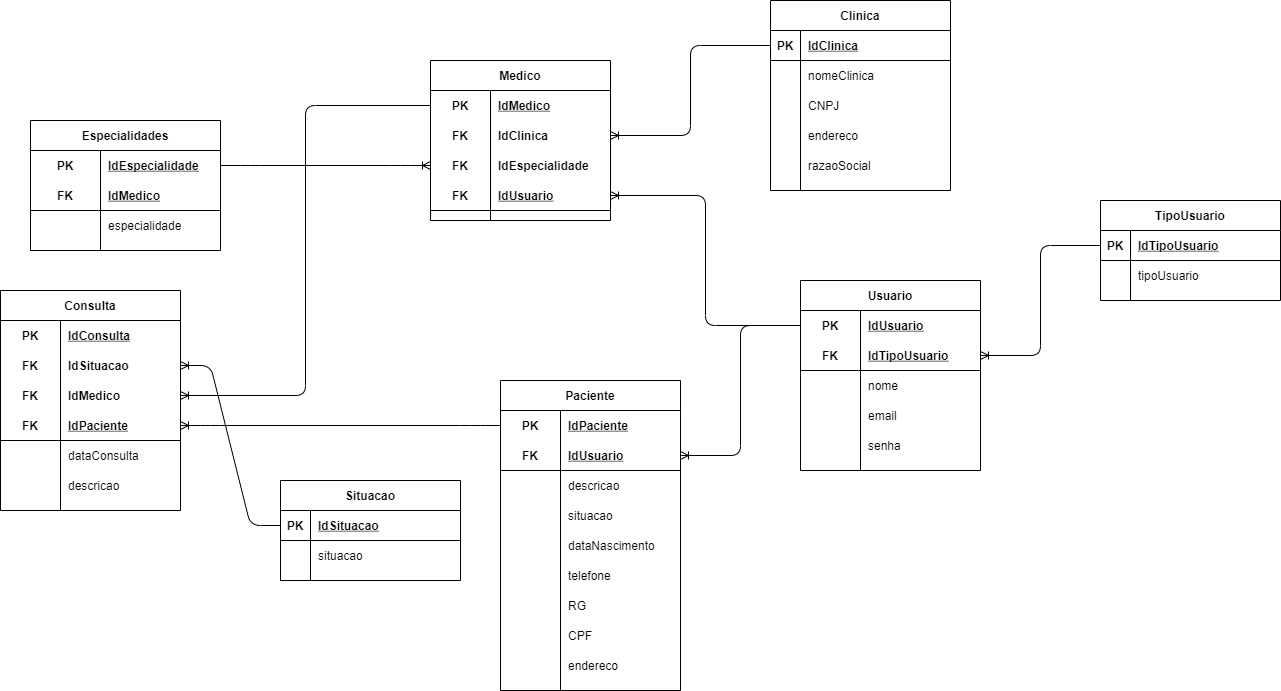
caiquesantosbrito/Senai_Sprint1_bd keeps this draw.io diagram as SP_Med_Group/Modelagens/SP_Med_Group_Logico.png. Above is the earlier version. Source tidied: cells renumbered, new cells last; positions are measured from the earlier drawing's top-left corner, leaving out a move shared by most shapes.
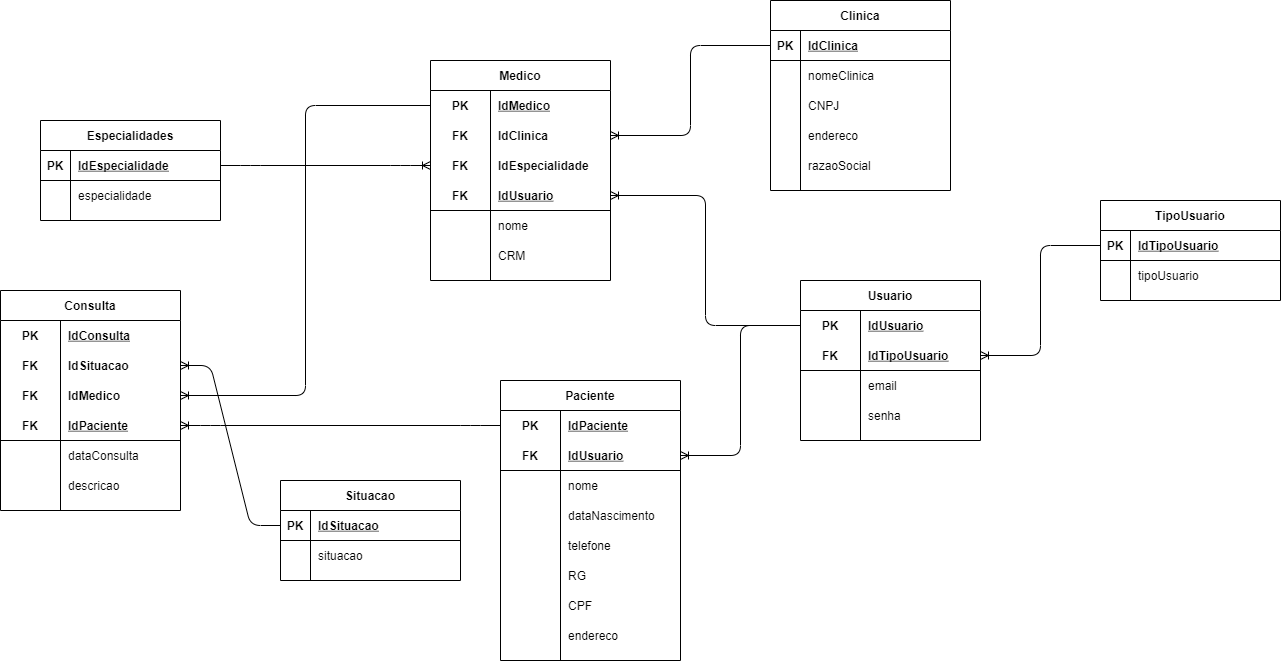
After the change.

What changed in the source:
```diff
@@ -51,7 +51,7 @@
       <mxGeometry x="30" width="150" height="30" as="geometry" />
     </mxCell>
     <mxCell id="18" value="Medico" style="shape=table;startSize=30;rowLines=0;fontStyle=1;align=center;" parent="1" vertex="1">
-      <mxGeometry x="430" y="60" width="180" height="160" as="geometry" />
+      <mxGeometry x="430" y="60" width="180" height="220" as="geometry" />
     </mxCell>
     <mxCell id="19" style="shape=partialRectangle;fillColor=none;top=0;left=0;bottom=0;right=0;points=[[0,0.5],[1,0.5]];portConstraint=eastwest;" parent="18" vertex="1">
       <mxGeometry y="30" width="180" height="30" as="geometry" />
@@ -89,8 +89,26 @@
     <mxCell id="30" value="IdUsuario" style="shape=partialRectangle;fillColor=none;top=0;left=0;bottom=0;right=0;align=left;spacingLeft=6;fontStyle=5;overflow=hidden;" parent="28" vertex="1">
       <mxGeometry x="60" width="120" height="30" as="geometry" />
     </mxCell>
+    <mxCell id="126" style="shape=partialRectangle;fillColor=none;top=0;left=0;bottom=0;right=0;" parent="18" vertex="1">
+      <mxGeometry y="150" width="180" height="30" as="geometry" />
+    </mxCell>
+    <mxCell id="127" style="shape=partialRectangle;fillColor=none;top=0;left=0;bottom=0;right=0;overflow=hidden;" parent="126" vertex="1">
+      <mxGeometry width="60" height="30" as="geometry" />
+    </mxCell>
+    <mxCell id="128" value="nome" style="shape=partialRectangle;fillColor=none;top=0;left=0;bottom=0;right=0;align=left;spacingLeft=6;overflow=hidden;" parent="126" vertex="1">
+      <mxGeometry x="60" width="120" height="30" as="geometry" />
+    </mxCell>
+    <mxCell id="129" style="shape=partialRectangle;fillColor=none;top=0;left=0;bottom=0;right=0;" parent="18" vertex="1">
+      <mxGeometry y="180" width="180" height="30" as="geometry" />
+    </mxCell>
+    <mxCell id="130" style="shape=partialRectangle;fillColor=none;top=0;left=0;bottom=0;right=0;overflow=hidden;" parent="129" vertex="1">
+      <mxGeometry width="60" height="30" as="geometry" />
+    </mxCell>
+    <mxCell id="131" value="CRM" style="shape=partialRectangle;fillColor=none;top=0;left=0;bottom=0;right=0;align=left;spacingLeft=6;overflow=hidden;" parent="129" vertex="1">
+      <mxGeometry x="60" width="120" height="30" as="geometry" />
+    </mxCell>
     <mxCell id="31" value="Paciente" style="shape=table;startSize=30;rowLines=0;fontStyle=1;align=center;" parent="1" vertex="1">
-      <mxGeometry x="500" y="380" width="180" height="310" as="geometry" />
+      <mxGeometry x="500" y="380" width="180" height="280" as="geometry" />
     </mxCell>
     <mxCell id="32" style="shape=partialRectangle;fillColor=none;top=0;left=0;bottom=0;right=0;points=[[0,0.5],[1,0.5]];portConstraint=eastwest;" parent="31" vertex="1">
       <mxGeometry y="30" width="180" height="30" as="geometry" />
@@ -110,26 +128,17 @@
     <mxCell id="37" value="IdUsuario" style="shape=partialRectangle;fillColor=none;top=0;left=0;bottom=0;right=0;align=left;spacingLeft=6;fontStyle=5;overflow=hidden;" parent="35" vertex="1">
       <mxGeometry x="60" width="120" height="30" as="geometry" />
     </mxCell>
-    <mxCell id="38" style="shape=partialRectangle;fillColor=none;top=0;left=0;bottom=0;right=0;" parent="31" vertex="1">
-      <mxGeometry y="90" width="180" height="30" as="geometry" />
-    </mxCell>
-    <mxCell id="39" style="shape=partialRectangle;fillColor=none;top=0;left=0;bottom=0;right=0;overflow=hidden;" parent="38" vertex="1">
-      <mxGeometry width="60" height="30" as="geometry" />
-    </mxCell>
-    <mxCell id="40" value="descricao" style="shape=partialRectangle;fillColor=none;top=0;left=0;bottom=0;right=0;align=left;spacingLeft=6;overflow=hidden;" parent="38" vertex="1">
-      <mxGeometry x="60" width="120" height="30" as="geometry" />
-    </mxCell>
-    <mxCell id="41" style="shape=partialRectangle;fillColor=none;top=0;left=0;bottom=0;right=0;" parent="31" vertex="1">
-      <mxGeometry y="120" width="180" height="30" as="geometry" />
-    </mxCell>
-    <mxCell id="42" style="shape=partialRectangle;fillColor=none;top=0;left=0;bottom=0;right=0;overflow=hidden;" parent="41" vertex="1">
-      <mxGeometry width="60" height="30" as="geometry" />
-    </mxCell>
-    <mxCell id="43" value="situacao" style="shape=partialRectangle;fillColor=none;top=0;left=0;bottom=0;right=0;align=left;spacingLeft=6;overflow=hidden;" parent="41" vertex="1">
-      <mxGeometry x="60" width="120" height="30" as="geometry" />
-    </mxCell>
+    <mxCell id="132" style="shape=partialRectangle;fillColor=none;top=0;left=0;bottom=0;right=0;" parent="31" vertex="1">
+      <mxGeometry y="90" width="180" height="30" as="geometry" />
+    </mxCell>
+    <mxCell id="133" style="shape=partialRectangle;fillColor=none;top=0;left=0;bottom=0;right=0;overflow=hidden;" parent="132" vertex="1">
+      <mxGeometry width="60" height="30" as="geometry" />
+    </mxCell>
+    <mxCell id="134" value="nome" style="shape=partialRectangle;fillColor=none;top=0;left=0;bottom=0;right=0;align=left;spacingLeft=6;overflow=hidden;" parent="132" vertex="1">
+      <mxGeometry x="60" width="120" height="30" as="geometry" />
+    </mxCell>
     <mxCell id="44" style="shape=partialRectangle;fillColor=none;top=0;left=0;bottom=0;right=0;" parent="31" vertex="1">
-      <mxGeometry y="150" width="180" height="30" as="geometry" />
+      <mxGeometry y="120" width="180" height="30" as="geometry" />
     </mxCell>
     <mxCell id="45" style="shape=partialRectangle;fillColor=none;top=0;left=0;bottom=0;right=0;overflow=hidden;" parent="44" vertex="1">
       <mxGeometry width="60" height="30" as="geometry" />
@@ -138,7 +147,7 @@
       <mxGeometry x="60" width="120" height="30" as="geometry" />
     </mxCell>
     <mxCell id="47" style="shape=partialRectangle;fillColor=none;top=0;left=0;bottom=0;right=0;" parent="31" vertex="1">
-      <mxGeometry y="180" width="180" height="30" as="geometry" />
+      <mxGeometry y="150" width="180" height="30" as="geometry" />
     </mxCell>
     <mxCell id="48" style="shape=partialRectangle;fillColor=none;top=0;left=0;bottom=0;right=0;overflow=hidden;" parent="47" vertex="1">
       <mxGeometry width="60" height="30" as="geometry" />
@@ -147,7 +156,7 @@
       <mxGeometry x="60" width="120" height="30" as="geometry" />
     </mxCell>
     <mxCell id="50" style="shape=partialRectangle;fillColor=none;top=0;left=0;bottom=0;right=0;" parent="31" vertex="1">
-      <mxGeometry y="210" width="180" height="30" as="geometry" />
+      <mxGeometry y="180" width="180" height="30" as="geometry" />
     </mxCell>
     <mxCell id="51" style="shape=partialRectangle;fillColor=none;top=0;left=0;bottom=0;right=0;overflow=hidden;" parent="50" vertex="1">
       <mxGeometry width="60" height="30" as="geometry" />
@@ -156,7 +165,7 @@
       <mxGeometry x="60" width="120" height="30" as="geometry" />
     </mxCell>
     <mxCell id="53" style="shape=partialRectangle;fillColor=none;top=0;left=0;bottom=0;right=0;" parent="31" vertex="1">
-      <mxGeometry y="240" width="180" height="30" as="geometry" />
+      <mxGeometry y="210" width="180" height="30" as="geometry" />
     </mxCell>
     <mxCell id="54" style="shape=partialRectangle;fillColor=none;top=0;left=0;bottom=0;right=0;overflow=hidden;" parent="53" vertex="1">
       <mxGeometry width="60" height="30" as="geometry" />
@@ -165,7 +174,7 @@
       <mxGeometry x="60" width="120" height="30" as="geometry" />
     </mxCell>
     <mxCell id="56" style="shape=partialRectangle;fillColor=none;top=0;left=0;bottom=0;right=0;" parent="31" vertex="1">
-      <mxGeometry y="270" width="180" height="30" as="geometry" />
+      <mxGeometry y="240" width="180" height="30" as="geometry" />
     </mxCell>
     <mxCell id="57" style="shape=partialRectangle;fillColor=none;top=0;left=0;bottom=0;right=0;overflow=hidden;" parent="56" vertex="1">
       <mxGeometry width="60" height="30" as="geometry" />
@@ -173,36 +182,6 @@
     <mxCell id="58" value="endereco" style="shape=partialRectangle;fillColor=none;top=0;left=0;bottom=0;right=0;align=left;spacingLeft=6;overflow=hidden;" parent="56" vertex="1">
       <mxGeometry x="60" width="120" height="30" as="geometry" />
     </mxCell>
-    <mxCell id="59" value="Especialidades" style="shape=table;startSize=30;rowLines=0;fontStyle=1;align=center;" parent="1" vertex="1">
-      <mxGeometry x="30" y="120" width="190" height="130" as="geometry" />
-    </mxCell>
-    <mxCell id="60" style="shape=partialRectangle;fillColor=none;top=0;left=0;bottom=0;right=0;points=[[0,0.5],[1,0.5]];portConstraint=eastwest;" parent="59" vertex="1">
-      <mxGeometry y="30" width="190" height="30" as="geometry" />
-    </mxCell>
-    <mxCell id="61" value="PK" style="shape=partialRectangle;fillColor=none;top=0;left=0;bottom=0;right=0;fontStyle=1;overflow=hidden;" parent="60" vertex="1">
-      <mxGeometry width="70" height="30" as="geometry" />
-    </mxCell>
-    <mxCell id="62" value="IdEspecialidade" style="shape=partialRectangle;fillColor=none;top=0;left=0;bottom=0;right=0;align=left;spacingLeft=6;fontStyle=5;overflow=hidden;" parent="60" vertex="1">
-      <mxGeometry x="70" width="120" height="30" as="geometry" />
-    </mxCell>
-    <mxCell id="63" style="shape=partialRectangle;fillColor=none;top=0;left=0;bottom=1;right=0;" parent="59" vertex="1">
-      <mxGeometry y="60" width="190" height="30" as="geometry" />
-    </mxCell>
-    <mxCell id="64" value="FK" style="shape=partialRectangle;fillColor=none;top=0;left=0;bottom=0;right=0;fontStyle=1;overflow=hidden;" parent="63" vertex="1">
-      <mxGeometry width="70" height="30" as="geometry" />
-    </mxCell>
-    <mxCell id="65" value="IdMedico" style="shape=partialRectangle;fillColor=none;top=0;left=0;bottom=0;right=0;align=left;spacingLeft=6;fontStyle=5;overflow=hidden;" parent="63" vertex="1">
-      <mxGeometry x="70" width="120" height="30" as="geometry" />
-    </mxCell>
-    <mxCell id="66" style="shape=partialRectangle;fillColor=none;top=0;left=0;bottom=0;right=0;" parent="59" vertex="1">
-      <mxGeometry y="90" width="190" height="30" as="geometry" />
-    </mxCell>
-    <mxCell id="67" style="shape=partialRectangle;fillColor=none;top=0;left=0;bottom=0;right=0;overflow=hidden;" parent="66" vertex="1">
-      <mxGeometry width="70" height="30" as="geometry" />
-    </mxCell>
-    <mxCell id="68" value="especialidade" style="shape=partialRectangle;fillColor=none;top=0;left=0;bottom=0;right=0;align=left;spacingLeft=6;overflow=hidden;" parent="66" vertex="1">
-      <mxGeometry x="70" width="120" height="30" as="geometry" />
-    </mxCell>
     <mxCell id="69" value="TipoUsuario" style="shape=table;startSize=30;rowLines=0;fontStyle=1;align=center;" parent="1" vertex="1">
       <mxGeometry x="1100" y="200" width="180" height="100" as="geometry" />
     </mxCell>
@@ -225,7 +204,7 @@
       <mxGeometry x="30" width="150" height="30" as="geometry" />
     </mxCell>
     <mxCell id="76" value="Usuario" style="shape=table;startSize=30;rowLines=0;fontStyle=1;align=center;" parent="1" vertex="1">
-      <mxGeometry x="800" y="280" width="180" height="190" as="geometry" />
+      <mxGeometry x="800" y="280" width="180" height="160" as="geometry" />
     </mxCell>
     <mxCell id="77" style="shape=partialRectangle;fillColor=none;top=0;left=0;bottom=0;right=0;points=[[0,0.5],[1,0.5]];portConstraint=eastwest;" parent="76" vertex="1">
       <mxGeometry y="30" width="180" height="30" as="geometry" />
@@ -245,17 +224,8 @@
     <mxCell id="82" value="IdTipoUsuario" style="shape=partialRectangle;fillColor=none;top=0;left=0;bottom=0;right=0;align=left;spacingLeft=6;fontStyle=5;overflow=hidden;" parent="80" vertex="1">
       <mxGeometry x="60" width="120" height="30" as="geometry" />
     </mxCell>
-    <mxCell id="83" style="shape=partialRectangle;fillColor=none;top=0;left=0;bottom=0;right=0;" parent="76" vertex="1">
-      <mxGeometry y="90" width="180" height="30" as="geometry" />
-    </mxCell>
-    <mxCell id="84" style="shape=partialRectangle;fillColor=none;top=0;left=0;bottom=0;right=0;overflow=hidden;" parent="83" vertex="1">
-      <mxGeometry width="60" height="30" as="geometry" />
-    </mxCell>
-    <mxCell id="85" value="nome" style="shape=partialRectangle;fillColor=none;top=0;left=0;bottom=0;right=0;align=left;spacingLeft=6;overflow=hidden;" parent="83" vertex="1">
-      <mxGeometry x="60" width="120" height="30" as="geometry" />
-    </mxCell>
     <mxCell id="86" style="shape=partialRectangle;fillColor=none;top=0;left=0;bottom=0;right=0;" parent="76" vertex="1">
-      <mxGeometry y="120" width="180" height="30" as="geometry" />
+      <mxGeometry y="90" width="180" height="30" as="geometry" />
     </mxCell>
     <mxCell id="87" style="shape=partialRectangle;fillColor=none;top=0;left=0;bottom=0;right=0;overflow=hidden;" parent="86" vertex="1">
       <mxGeometry width="60" height="30" as="geometry" />
@@ -264,7 +234,7 @@
       <mxGeometry x="60" width="120" height="30" as="geometry" />
     </mxCell>
     <mxCell id="89" style="shape=partialRectangle;fillColor=none;top=0;left=0;bottom=0;right=0;" parent="76" vertex="1">
-      <mxGeometry y="150" width="180" height="30" as="geometry" />
+      <mxGeometry y="120" width="180" height="30" as="geometry" />
     </mxCell>
     <mxCell id="90" style="shape=partialRectangle;fillColor=none;top=0;left=0;bottom=0;right=0;overflow=hidden;" parent="89" vertex="1">
       <mxGeometry width="60" height="30" as="geometry" />
@@ -347,7 +317,7 @@
     <mxCell id="116" style="edgeStyle=elbowEdgeStyle;fontSize=12;html=1;endArrow=ERoneToMany;entryX=1;entryY=0.5;entryDx=0;entryDy=0;exitX=0;exitY=0.5;exitDx=0;exitDy=0;" parent="1" edge="1" source="19" target="99">
       <mxGeometry relative="1" as="geometry" />
     </mxCell>
-    <mxCell id="117" style="edgeStyle=entityRelationEdgeStyle;fontSize=12;html=1;endArrow=ERoneToMany;entryX=0;entryY=0.5;entryDx=0;entryDy=0;exitX=1;exitY=0.5;exitDx=0;exitDy=0;" parent="1" edge="1" source="60" target="25">
+    <mxCell id="117" style="edgeStyle=entityRelationEdgeStyle;fontSize=12;html=1;endArrow=ERoneToMany;entryX=0;entryY=0.5;entryDx=0;entryDy=0;exitX=1;exitY=0.5;exitDx=0;exitDy=0;" parent="1" edge="1" source="135" target="25">
       <mxGeometry relative="1" as="geometry" />
     </mxCell>
     <mxCell id="118" value="Situacao" style="shape=table;startSize=30;rowLines=0;fontStyle=1;align=center;" parent="1" vertex="1">
@@ -374,5 +344,26 @@
     <mxCell id="125" style="edgeStyle=entityRelationEdgeStyle;fontSize=12;html=1;endArrow=ERoneToMany;entryX=1;entryY=0.5;entryDx=0;entryDy=0;exitX=0;exitY=0.5;exitDx=0;exitDy=0;" parent="1" edge="1" source="119" target="96">
       <mxGeometry relative="1" as="geometry" />
     </mxCell>
+    <mxCell id="59" value="Especialidades" style="shape=table;startSize=30;rowLines=0;fontStyle=1;align=center;" parent="1" vertex="1">
+      <mxGeometry x="40" y="120" width="180" height="100" as="geometry" />
+    </mxCell>
+    <mxCell id="135" style="shape=partialRectangle;fillColor=none;top=0;left=0;bottom=1;right=0;points=[[0,0.5],[1,0.5]];portConstraint=eastwest;" parent="59" vertex="1">
+      <mxGeometry y="30" width="180" height="30" as="geometry" />
+    </mxCell>
+    <mxCell id="61" value="PK" style="shape=partialRectangle;fillColor=none;top=0;left=0;bottom=0;right=0;fontStyle=1;overflow=hidden;" parent="135" vertex="1">
+      <mxGeometry width="30" height="30" as="geometry" />
+    </mxCell>
+    <mxCell id="62" value="IdEspecialidade" style="shape=partialRectangle;fillColor=none;top=0;left=0;bottom=0;right=0;align=left;spacingLeft=6;fontStyle=5;overflow=hidden;" parent="135" vertex="1">
+      <mxGeometry x="30" width="150" height="30" as="geometry" />
+    </mxCell>
+    <mxCell id="136" style="shape=partialRectangle;fillColor=none;top=0;left=0;bottom=0;right=0;" parent="59" vertex="1">
+      <mxGeometry y="60" width="180" height="30" as="geometry" />
+    </mxCell>
+    <mxCell id="137" style="shape=partialRectangle;fillColor=none;top=0;left=0;bottom=0;right=0;overflow=hidden;" parent="136" vertex="1">
+      <mxGeometry width="30" height="30" as="geometry" />
+    </mxCell>
+    <mxCell id="68" value="especialidade" style="shape=partialRectangle;fillColor=none;top=0;left=0;bottom=0;right=0;align=left;spacingLeft=6;overflow=hidden;" parent="136" vertex="1">
+      <mxGeometry x="30" width="150" height="30" as="geometry" />
+    </mxCell>
   </root>
 </mxGraphModel>
```
